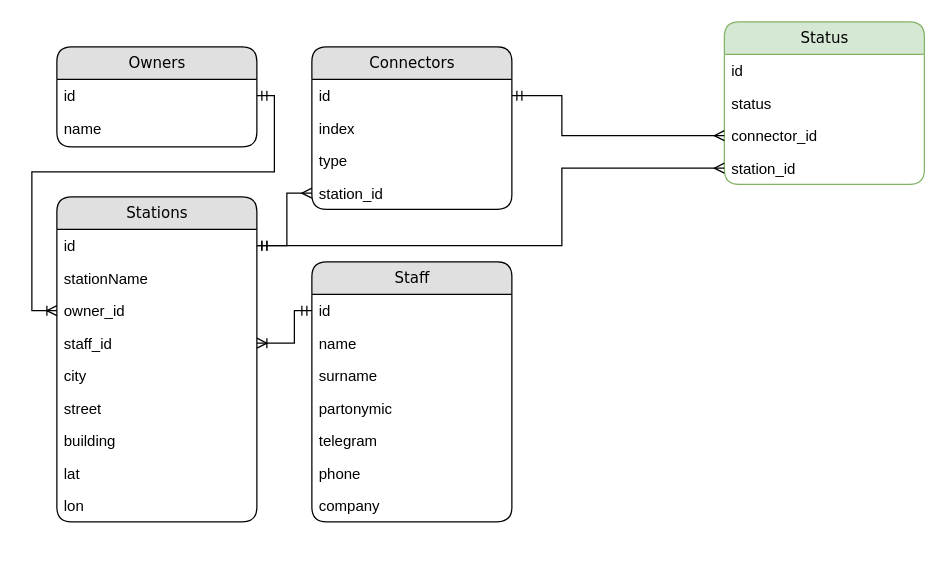
Earlier version of the draw.io diagram Диаграмма без названия.drawio (ilnurkaa2019/st_auth_test). Source tidied: cells renumbered, new cells numbered last; positions are measured from the earlier drawing's top-left corner, leaving out a move shared by most shapes. Both pictures are drawn from the tidied source at 125%, with x=0, y=0 at pixel (31, 21).
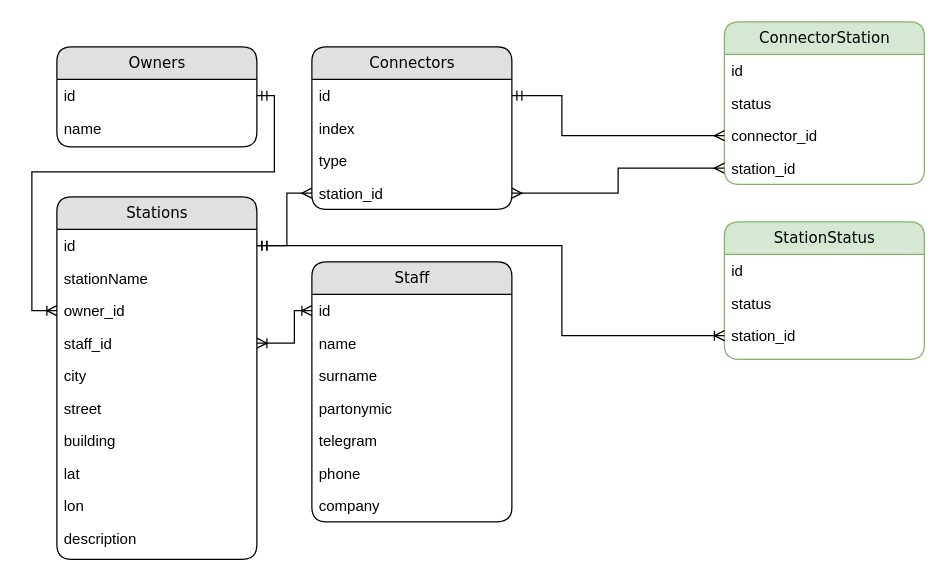
After the change.

Commit message:
добавил статус станций и поменял связь между staff и station на многие ко многим

The change refers to these unchanged cells:
```xml
<mxCell id="6" value="station_id" style="text;html=1;strokeColor=none;fillColor=none;spacingLeft=4;spacingRight=4;whiteSpace=wrap;overflow=hidden;points=[[0,0.5],[1,0.5]];portConstraint=eastwest;" parent="2" vertex="1">
  <mxGeometry y="104" width="160" height="26" as="geometry" />
</mxCell>
<mxCell id="8" value="id" style="text;html=1;strokeColor=none;fillColor=none;spacingLeft=4;spacingRight=4;whiteSpace=wrap;overflow=hidden;points=[[0,0.5],[1,0.5]];portConstraint=eastwest;" parent="7" vertex="1">
  <mxGeometry y="26" width="160" height="26" as="geometry" />
</mxCell>
<mxCell id="11" value="staff_id" style="text;html=1;strokeColor=none;fillColor=none;spacingLeft=4;spacingRight=4;whiteSpace=wrap;overflow=hidden;points=[[0,0.5],[1,0.5]];portConstraint=eastwest;" parent="7" vertex="1">
  <mxGeometry y="104" width="160" height="26" as="geometry" />
</mxCell>
<mxCell id="23" value="id" style="text;html=1;strokeColor=none;fillColor=none;spacingLeft=4;spacingRight=4;whiteSpace=wrap;overflow=hidden;points=[[0,0.5],[1,0.5]];portConstraint=eastwest;" parent="22" vertex="1">
  <mxGeometry y="26" width="160" height="26" as="geometry" />
</mxCell>
<mxCell id="34" value="station_id" style="text;html=1;strokeColor=none;fillColor=none;spacingLeft=4;spacingRight=4;whiteSpace=wrap;overflow=hidden;points=[[0,0.5],[1,0.5]];portConstraint=eastwest;" parent="30" vertex="1">
  <mxGeometry y="104" width="160" height="26" as="geometry" />
</mxCell>
```

The edit, as a diff of the source:
```diff
@@
     <mxCell id="7" value="Stations" style="swimlane;html=1;fontStyle=0;horizontal=1;startSize=26;fillColor=#e0e0e0;swimlaneFillColor=#ffffff;align=center;rounded=1;shadow=0;comic=0;labelBackgroundColor=none;strokeWidth=1;fontFamily=Verdana;fontSize=12;" parent="1" vertex="1">
-      <mxGeometry x="20" y="140" width="160" height="260" as="geometry" />
+      <mxGeometry x="20" y="140" width="160" height="290" as="geometry" />
     </mxCell>
@@
+    <mxCell id="38" value="description" style="text;html=1;strokeColor=none;fillColor=none;spacingLeft=4;spacingRight=4;whiteSpace=wrap;overflow=hidden;" parent="7" vertex="1">
+      <mxGeometry y="260" width="160" height="26" as="geometry" />
+    </mxCell>
@@
-    <mxCell id="30" value="Status" style="swimlane;html=1;fontStyle=0;horizontal=1;startSize=26;fillColor=#d5e8d4;swimlaneFillColor=#ffffff;align=center;rounded=1;shadow=0;comic=0;labelBackgroundColor=none;strokeWidth=1;fontFamily=Verdana;fontSize=12;strokeColor=#82b366;" parent="1" vertex="1">
+    <mxCell id="30" value="ConnectorStation" style="swimlane;html=1;fontStyle=0;horizontal=1;startSize=26;fillColor=#d5e8d4;swimlaneFillColor=#ffffff;align=center;rounded=1;shadow=0;comic=0;labelBackgroundColor=none;strokeWidth=1;fontFamily=Verdana;fontSize=12;strokeColor=#82b366;" parent="1" vertex="1">
       <mxGeometry x="554" width="160" height="130" as="geometry" />
     </mxCell>
@@
-    <mxCell id="36" style="edgeStyle=orthogonalEdgeStyle;rounded=0;jettySize=auto;html=1;exitX=1;exitY=0.5;exitDx=0;exitDy=0;entryX=0;entryY=0.5;entryDx=0;entryDy=0;startArrow=ERmandOne;startFill=0;endArrow=ERmany;endFill=0;" parent="1" edge="1" source="8" target="34">
-      <mxGeometry relative="1" as="geometry">
-        <Array as="points">
-          <mxPoint x="424" y="179" />
-          <mxPoint x="424" y="117" />
-        </Array>
-      </mxGeometry>
-    </mxCell>
-    <mxCell id="37" style="edgeStyle=orthogonalEdgeStyle;rounded=0;jettySize=auto;html=1;entryX=0;entryY=0.5;entryDx=0;entryDy=0;endArrow=ERmandOne;endFill=0;exitX=1;exitY=0.5;exitDx=0;exitDy=0;strokeColor=default;startArrow=ERoneToMany;startFill=0;" parent="1" edge="1" source="11" target="23">
+    <mxCell id="37" style="edgeStyle=orthogonalEdgeStyle;rounded=0;jettySize=auto;html=1;entryX=0;entryY=0.5;entryDx=0;entryDy=0;endArrow=ERoneToMany;endFill=0;exitX=1;exitY=0.5;exitDx=0;exitDy=0;strokeColor=default;startArrow=ERoneToMany;startFill=0;" parent="1" edge="1" source="11" target="23">
       <mxGeometry relative="1" as="geometry">
         <Array as="points">
           <mxPoint x="210" y="257" />
           <mxPoint x="210" y="231" />
         </Array>
       </mxGeometry>
     </mxCell>
+    <mxCell id="39" value="StationStatus" style="swimlane;html=1;fontStyle=0;horizontal=1;startSize=26;fillColor=#d5e8d4;swimlaneFillColor=#ffffff;align=center;rounded=1;shadow=0;comic=0;labelBackgroundColor=none;strokeWidth=1;fontFamily=Verdana;fontSize=12;strokeColor=#82b366;" parent="1" vertex="1">
+      <mxGeometry x="554" y="160" width="160" height="110" as="geometry" />
+    </mxCell>
+    <mxCell id="40" value="id" style="text;html=1;strokeColor=none;fillColor=none;spacingLeft=4;spacingRight=4;whiteSpace=wrap;overflow=hidden;" parent="39" vertex="1">
+      <mxGeometry y="26" width="160" height="26" as="geometry" />
+    </mxCell>
+    <mxCell id="41" value="status" style="text;html=1;strokeColor=none;fillColor=none;spacingLeft=4;spacingRight=4;whiteSpace=wrap;overflow=hidden;" parent="39" vertex="1">
+      <mxGeometry y="52" width="160" height="26" as="geometry" />
+    </mxCell>
+    <mxCell id="42" value="station_id" style="text;html=1;strokeColor=none;fillColor=none;spacingLeft=4;spacingRight=4;whiteSpace=wrap;overflow=hidden;points=[[0,0.5],[1,0.5]];portConstraint=eastwest;" parent="39" vertex="1">
+      <mxGeometry y="78" width="160" height="26" as="geometry" />
+    </mxCell>
+    <mxCell id="43" style="edgeStyle=orthogonalEdgeStyle;rounded=0;jettySize=auto;html=1;entryX=1;entryY=0.5;entryDx=0;entryDy=0;exitX=0;exitY=0.5;exitDx=0;exitDy=0;startArrow=ERoneToMany;startFill=0;endArrow=ERmandOne;endFill=0;" parent="1" edge="1" source="42" target="8">
+      <mxGeometry relative="1" as="geometry">
+        <Array as="points">
+          <mxPoint x="424" y="251" />
+          <mxPoint x="424" y="179" />
+        </Array>
+      </mxGeometry>
+    </mxCell>
+    <mxCell id="44" style="edgeStyle=orthogonalEdgeStyle;rounded=0;jettySize=auto;html=1;exitX=1;exitY=0.5;exitDx=0;exitDy=0;entryX=0;entryY=0.5;entryDx=0;entryDy=0;startArrow=ERmany;startFill=0;endArrow=ERmany;endFill=0;" parent="1" edge="1" source="6" target="34">
+      <mxGeometry relative="1" as="geometry" />
+    </mxCell>
```
